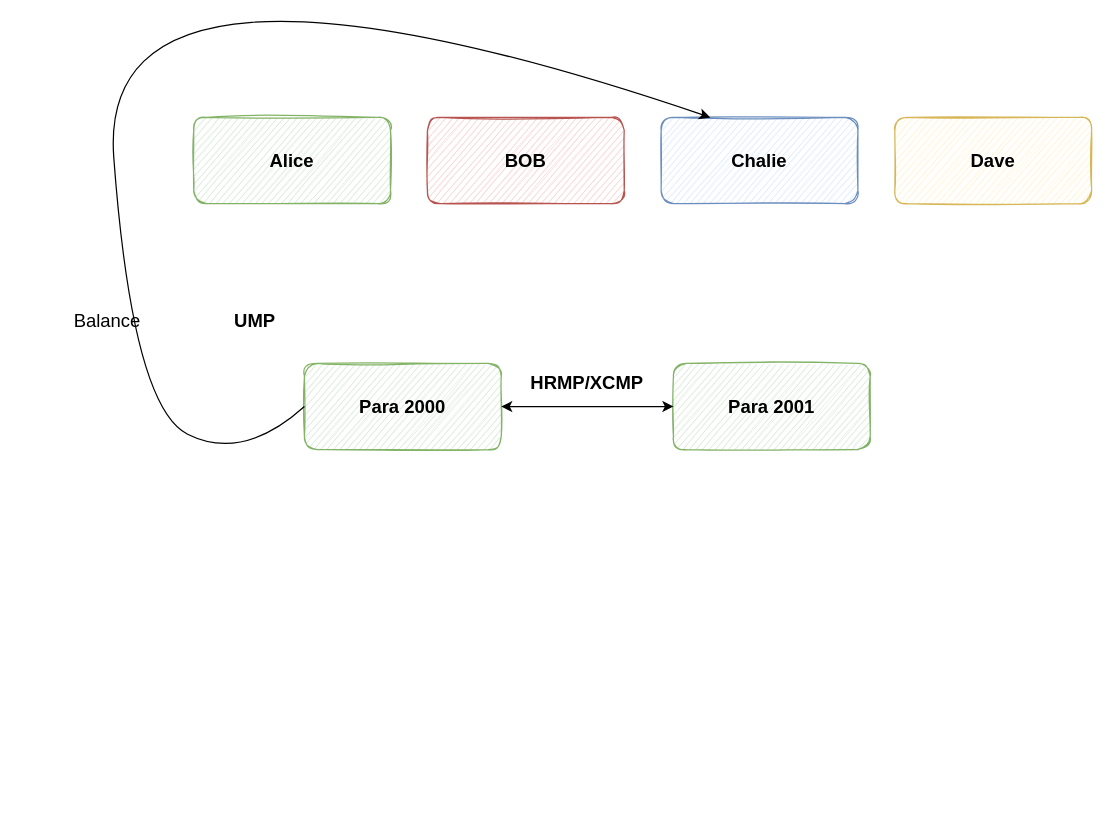
This is node_arch_functionality.drawio from saraswatpuneet/xcm-auto-bank, a draw.io file, before an edit. Source tidied: cells renumbered, new cells numbered last; positions are measured from the earlier drawing's top-left corner, leaving out a move shared by most shapes. Both pictures are drawn from the tidied source at 123%, with x=0, y=0 at pixel (70, -92).
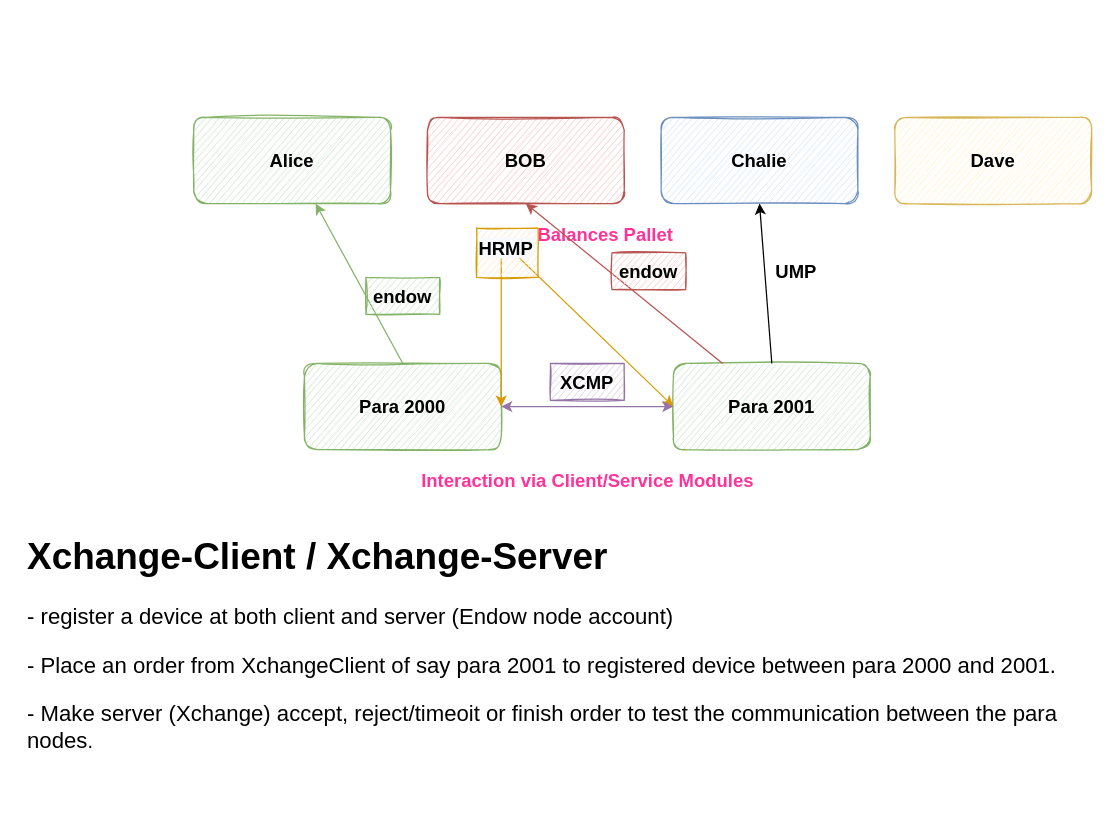
After the change.

Unchanged cells that the change refers to:
```xml
<mxCell id="2" value="&lt;b&gt;&lt;font style=&quot;font-size: 15px&quot;&gt;Alice&lt;/font&gt;&lt;/b&gt;" style="rounded=1;whiteSpace=wrap;html=1;fillColor=#d5e8d4;strokeColor=#82b366;shadow=0;sketch=1;" parent="1" vertex="1">
  <mxGeometry x="100" y="170" width="160" height="70" as="geometry" />
</mxCell>
<mxCell id="3" value="&lt;b&gt;&lt;font style=&quot;font-size: 15px&quot;&gt;BOB&lt;/font&gt;&lt;/b&gt;" style="rounded=1;whiteSpace=wrap;html=1;fillColor=#f8cecc;strokeColor=#b85450;shadow=0;sketch=1;" parent="1" vertex="1">
  <mxGeometry x="290" y="170" width="160" height="70" as="geometry" />
</mxCell>
<mxCell id="4" value="&lt;b&gt;&lt;font style=&quot;font-size: 15px&quot;&gt;Chalie&lt;/font&gt;&lt;/b&gt;" style="rounded=1;whiteSpace=wrap;html=1;fillColor=#dae8fc;strokeColor=#6c8ebf;shadow=0;sketch=1;" parent="1" vertex="1">
  <mxGeometry x="480" y="170" width="160" height="70" as="geometry" />
</mxCell>
<mxCell id="6" value="&lt;b&gt;&lt;font style=&quot;font-size: 15px&quot;&gt;Para 2000&lt;/font&gt;&lt;/b&gt;" style="rounded=1;whiteSpace=wrap;html=1;fillColor=#d5e8d4;strokeColor=#82b366;shadow=0;sketch=1;" parent="1" vertex="1">
  <mxGeometry x="190" y="370" width="160" height="70" as="geometry" />
</mxCell>
<mxCell id="7" value="&lt;b&gt;&lt;font style=&quot;font-size: 15px&quot;&gt;Para 2001&lt;/font&gt;&lt;/b&gt;" style="rounded=1;whiteSpace=wrap;html=1;fillColor=#d5e8d4;strokeColor=#82b366;shadow=0;sketch=1;" parent="1" vertex="1">
  <mxGeometry x="490" y="370" width="160" height="70" as="geometry" />
</mxCell>
```

What changed in the source:
```diff
@@
-    <mxCell id="8" style="curved=1;endArrow=classic;html=1;rounded=0;fontSize=15;exitX=0;exitY=0.5;exitDx=0;exitDy=0;entryX=0.25;entryY=0;entryDx=0;entryDy=0;" parent="1" edge="1" source="6" target="4">
-      <mxGeometry relative="1" as="geometry">
-        <Array as="points">
-          <mxPoint x="140" y="450" />
-          <mxPoint x="50" y="405" />
-          <mxPoint x="20" />
-        </Array>
-      </mxGeometry>
-    </mxCell>
-    <mxCell id="9" value="Balance" style="text;html=1;strokeColor=none;fillColor=none;align=center;verticalAlign=middle;whiteSpace=wrap;rounded=0;shadow=0;sketch=1;fontSize=15;" parent="1" vertex="1">
-      <mxGeometry y="320" width="60" height="30" as="geometry" />
+    <mxCell id="9" value="&lt;b&gt;&lt;font color=&quot;#ff3399&quot;&gt;Balances Pallet&lt;/font&gt;&lt;/b&gt;" style="text;html=1;strokeColor=none;fillColor=none;align=center;verticalAlign=middle;whiteSpace=wrap;rounded=0;shadow=0;sketch=1;fontSize=15;" parent="1" vertex="1">
+      <mxGeometry x="190" y="250" width="490" height="30" as="geometry" />
     </mxCell>
-    <mxCell id="10" style="endArrow=classic;startArrow=classic;html=1;rounded=0;fontSize=15;entryX=0;entryY=0.5;entryDx=0;entryDy=0;exitX=1;exitY=0.5;exitDx=0;exitDy=0;" parent="1" edge="1" source="6" target="7">
-      <mxGeometry relative="1" as="geometry" />
+    <mxCell id="10" style="endArrow=classic;startArrow=classic;html=1;rounded=0;fontSize=15;entryX=0;entryY=0.5;entryDx=0;entryDy=0;exitX=1;exitY=0.5;exitDx=0;exitDy=0;fillColor=#ffe6cc;strokeColor=#d79b00;" parent="1" edge="1" source="6" target="7">
+      <mxGeometry relative="1" as="geometry">
+        <Array as="points">
+          <mxPoint x="350" y="270" />
+        </Array>
+      </mxGeometry>
     </mxCell>
     <mxCell id="11" value="&lt;b&gt;UMP&lt;/b&gt;" style="text;html=1;strokeColor=none;fillColor=none;align=center;verticalAlign=middle;whiteSpace=wrap;rounded=0;shadow=0;sketch=1;fontSize=15;" parent="1" vertex="1">
-      <mxGeometry x="120" y="320" width="60" height="30" as="geometry" />
+      <mxGeometry x="560" y="280" width="60" height="30" as="geometry" />
     </mxCell>
-    <mxCell id="12" value="&lt;b&gt;HRMP/XCMP&lt;/b&gt;" style="text;html=1;strokeColor=none;fillColor=none;align=center;verticalAlign=middle;whiteSpace=wrap;rounded=0;shadow=0;sketch=1;fontSize=15;" parent="1" vertex="1">
+    <mxCell id="12" value="&lt;b&gt;XCMP&lt;/b&gt;" style="text;html=1;strokeColor=#9673a6;fillColor=#e1d5e7;align=center;verticalAlign=middle;whiteSpace=wrap;rounded=0;shadow=0;sketch=1;fontSize=15;" parent="1" vertex="1">
       <mxGeometry x="390" y="370" width="60" height="30" as="geometry" />
     </mxCell>
+    <mxCell id="13" style="endArrow=classic;html=1;rounded=0;fontSize=15;entryX=0.5;entryY=1;entryDx=0;entryDy=0;exitX=0.5;exitY=0;exitDx=0;exitDy=0;" parent="1" edge="1" source="7" target="4">
+      <mxGeometry relative="1" as="geometry" />
+    </mxCell>
+    <mxCell id="14" value="&lt;font color=&quot;#ff3399&quot;&gt;&lt;b&gt;Interaction via Client/Service Modules&lt;/b&gt;&lt;/font&gt;" style="text;html=1;strokeColor=none;fillColor=none;align=center;verticalAlign=middle;whiteSpace=wrap;rounded=0;shadow=0;sketch=1;fontSize=15;" parent="1" vertex="1">
+      <mxGeometry x="267.5" y="450" width="305" height="30" as="geometry" />
+    </mxCell>
+    <mxCell id="15" style="endArrow=classic;html=1;rounded=0;fontSize=15;fontColor=#FF3399;exitX=0.5;exitY=0;exitDx=0;exitDy=0;fillColor=#d5e8d4;strokeColor=#82b366;" parent="1" edge="1" source="6" target="2">
+      <mxGeometry relative="1" as="geometry" />
+    </mxCell>
+    <mxCell id="16" value="&lt;font color=&quot;#000000&quot;&gt;&lt;b&gt;endow&lt;/b&gt;&lt;/font&gt;" style="text;html=1;strokeColor=#82b366;fillColor=#d5e8d4;align=center;verticalAlign=middle;whiteSpace=wrap;rounded=0;shadow=0;sketch=1;fontSize=15;" parent="1" vertex="1">
+      <mxGeometry x="240" y="300" width="60" height="30" as="geometry" />
+    </mxCell>
+    <mxCell id="17" style="endArrow=classic;html=1;rounded=0;fontSize=15;fontColor=#000000;entryX=0.5;entryY=1;entryDx=0;entryDy=0;exitX=0.25;exitY=0;exitDx=0;exitDy=0;fillColor=#f8cecc;strokeColor=#b85450;" parent="1" edge="1" source="7" target="3">
+      <mxGeometry relative="1" as="geometry" />
+    </mxCell>
+    <mxCell id="18" value="&lt;font color=&quot;#000000&quot;&gt;&lt;b&gt;endow&lt;/b&gt;&lt;/font&gt;" style="text;html=1;strokeColor=#b85450;fillColor=#f8cecc;align=center;verticalAlign=middle;whiteSpace=wrap;rounded=0;shadow=0;sketch=1;fontSize=15;" parent="1" vertex="1">
+      <mxGeometry x="440" y="280" width="60" height="30" as="geometry" />
+    </mxCell>
+    <mxCell id="19" value="&lt;h1&gt;Xchange-Client / Xchange-Server&lt;/h1&gt;&lt;p style=&quot;font-size: 18px&quot;&gt;&lt;font style=&quot;font-size: 18px&quot;&gt;- register a device at both client and server (Endow node account)&lt;/font&gt;&lt;/p&gt;&lt;p style=&quot;font-size: 18px&quot;&gt;&lt;font style=&quot;font-size: 18px&quot;&gt;- Place an order from XchangeClient of say para 2001 to registered device between para 2000 and 2001.&lt;/font&gt;&lt;/p&gt;&lt;p style=&quot;font-size: 18px&quot;&gt;&lt;font style=&quot;font-size: 18px&quot;&gt;- Make server (Xchange) accept, reject/timeoit or finish order to test the communication between the para nodes&lt;/font&gt;&lt;span style=&quot;font-size: 16px&quot;&gt;.&amp;nbsp;&lt;br&gt;&lt;/span&gt;&lt;/p&gt;&lt;p style=&quot;font-size: 16px&quot;&gt;&lt;br&gt;&lt;/p&gt;" style="text;html=1;strokeColor=none;fillColor=none;spacing=5;spacingTop=-20;whiteSpace=wrap;overflow=hidden;rounded=0;shadow=0;sketch=1;fontSize=15;fontColor=#000000;" parent="1" vertex="1">
+      <mxGeometry x="-40" y="500" width="850" height="240" as="geometry" />
+    </mxCell>
+    <mxCell id="20" style="endArrow=classic;startArrow=classic;html=1;rounded=0;fontSize=17;fontColor=#000000;entryX=0;entryY=0.5;entryDx=0;entryDy=0;fillColor=#e1d5e7;strokeColor=#9673a6;" parent="1" edge="1" target="7">
+      <mxGeometry relative="1" as="geometry">
+        <mxPoint x="350" y="405" as="sourcePoint" />
+      </mxGeometry>
+    </mxCell>
+    <mxCell id="21" value="&lt;b style=&quot;color: rgb(0 , 0 , 0) ; font-family: &amp;#34;helvetica&amp;#34; ; font-size: 15px ; font-style: normal ; letter-spacing: normal ; text-align: center ; text-indent: 0px ; text-transform: none ; word-spacing: 0px ; background-color: rgb(248 , 249 , 250)&quot;&gt;HRMP&lt;/b&gt;" style="text;whiteSpace=wrap;html=1;fontSize=17;fillColor=#ffe6cc;strokeColor=#d79b00;sketch=1;" parent="1" vertex="1">
+      <mxGeometry x="330" y="260" width="50" height="40" as="geometry" />
+    </mxCell>
```
